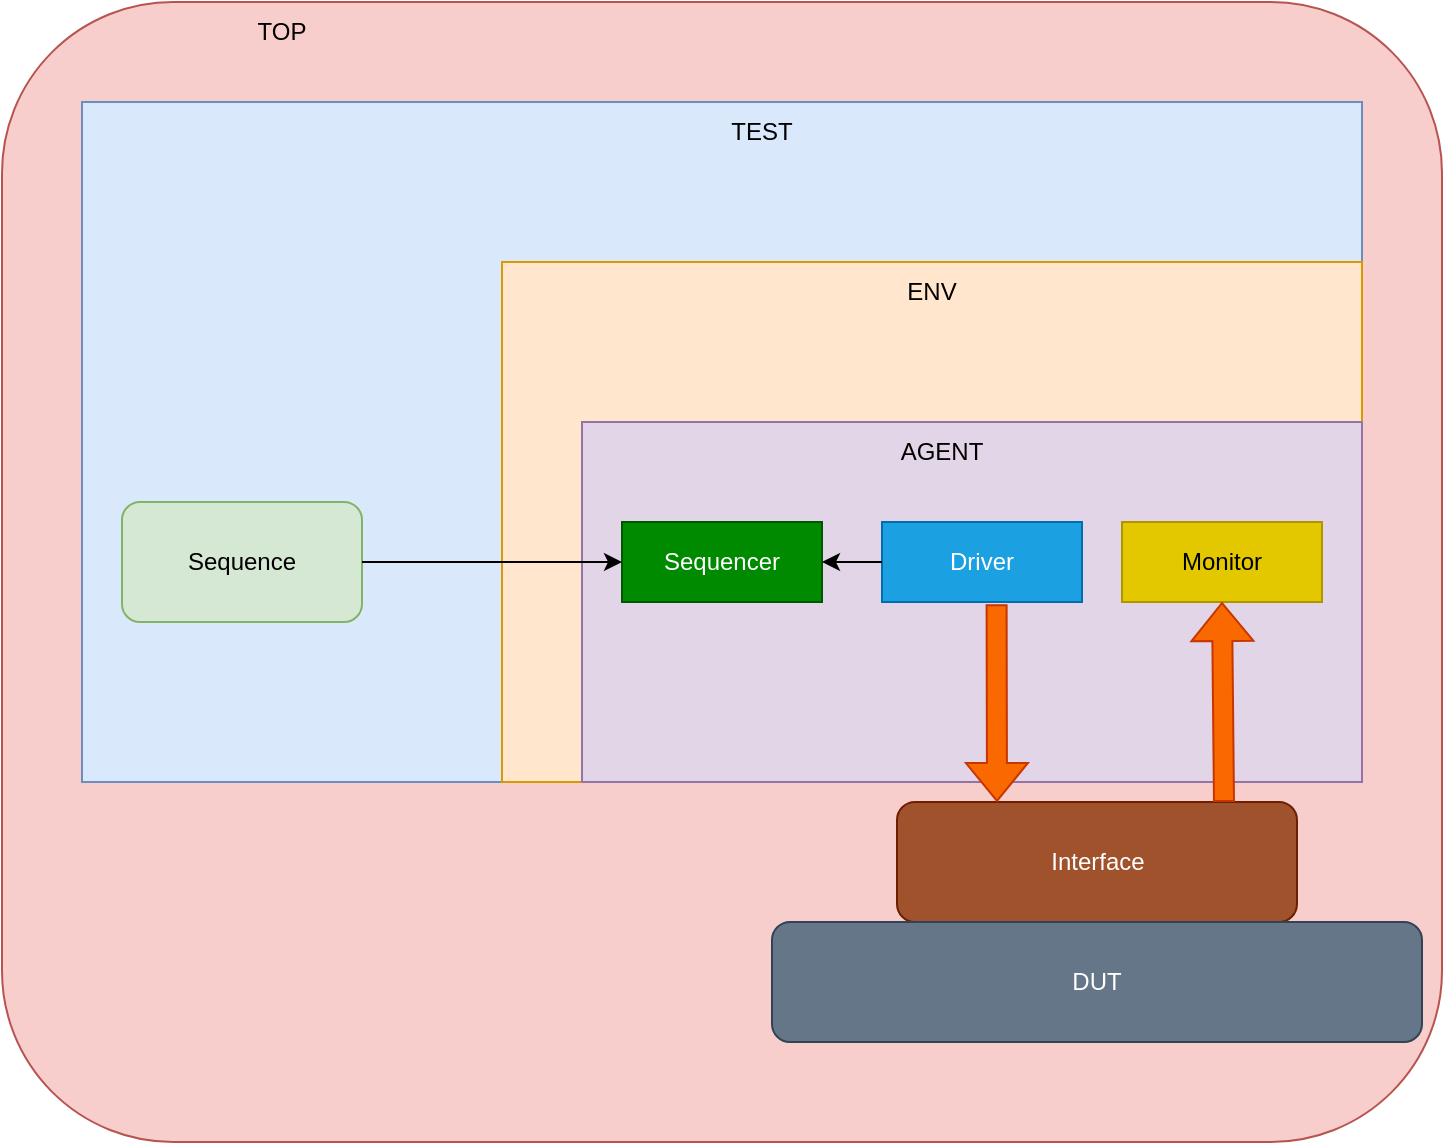
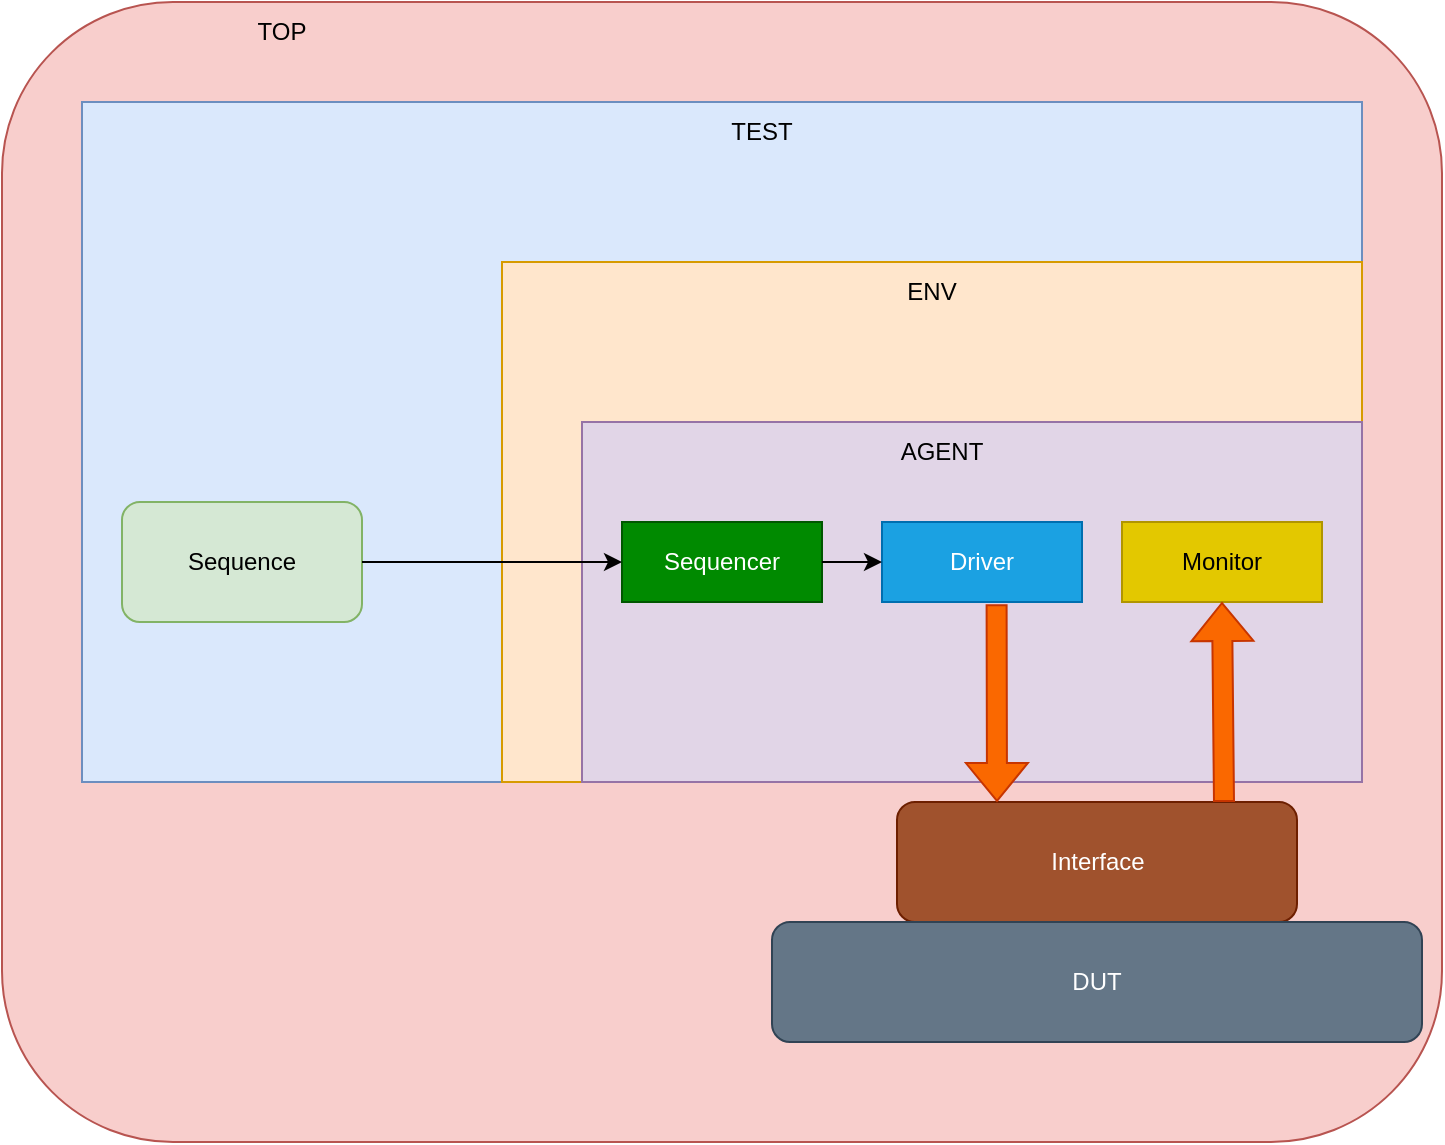
- <mxfile host="Electron" agent="Mozilla/5.0 (Windows NT 10.0; Win64; x64) AppleWebKit/537.36 (KHTML, like Gecko) draw.io/29.6.6 Chrome/144.0.7559.236 Electron/40.8.4 Safari/537.36" version="29.6.6">
+ <mxfile host="Electron" agent="Mozilla/5.0 (Windows NT 10.0; Win64; x64) AppleWebKit/537.36 (KHTML, like Gecko) draw.io/29.6.6 Chrome/144.0.7559.236 Electron/40.8.4 Safari/537.36">
  <diagram name="Page-1" id="kkFtnuwnr7oa7dRBOOrc">
-     <mxGraphModel dx="2037" dy="1201" grid="1" gridSize="10" guides="1" tooltips="1" connect="1" arrows="1" fold="1" page="1" pageScale="1" pageWidth="850" pageHeight="1100" math="0" shadow="0">
+     <mxGraphModel dx="1178" dy="701" grid="1" gridSize="10" guides="1" tooltips="1" connect="1" arrows="1" fold="1" page="1" pageScale="1" pageWidth="850" pageHeight="1100" math="0" shadow="0">
      <root>
        <mxCell id="0" />
        <mxCell id="1" parent="0" />
        <mxCell id="bFiX21svQENH6ZNRmwnA-3" parent="1" style="rounded=1;whiteSpace=wrap;html=1;fillColor=#f8cecc;strokeColor=#b85450;" value="" vertex="1">
          <mxGeometry height="570" width="720" x="40" y="290" as="geometry" />
        </mxCell>
        <mxCell id="bFiX21svQENH6ZNRmwnA-4" parent="1" style="rounded=0;whiteSpace=wrap;html=1;fillColor=#dae8fc;strokeColor=#6c8ebf;" value="" vertex="1">
          <mxGeometry height="340" width="640" x="80" y="340" as="geometry" />
        </mxCell>
        <mxCell id="bFiX21svQENH6ZNRmwnA-5" parent="1" style="rounded=0;whiteSpace=wrap;html=1;fillColor=#ffe6cc;strokeColor=#d79b00;" value="" vertex="1">
          <mxGeometry height="260" width="430" x="290" y="420" as="geometry" />
        </mxCell>
        <mxCell id="bFiX21svQENH6ZNRmwnA-6" parent="1" style="rounded=0;whiteSpace=wrap;html=1;fillColor=#e1d5e7;strokeColor=#9673a6;" value="" vertex="1">
          <mxGeometry height="180" width="390" x="330" y="500" as="geometry" />
        </mxCell>
        <mxCell id="bFiX21svQENH6ZNRmwnA-7" parent="1" style="rounded=1;whiteSpace=wrap;html=1;fillColor=#d5e8d4;strokeColor=#82b366;" value="Sequence" vertex="1">
          <mxGeometry height="60" width="120" x="100" y="540" as="geometry" />
        </mxCell>
        <mxCell id="bFiX21svQENH6ZNRmwnA-8" parent="1" style="rounded=0;whiteSpace=wrap;html=1;fillColor=#008a00;fontColor=#ffffff;strokeColor=#005700;" value="Sequencer" vertex="1">
          <mxGeometry height="40" width="100" x="350" y="550" as="geometry" />
        </mxCell>
        <mxCell id="bFiX21svQENH6ZNRmwnA-10" parent="1" style="rounded=0;whiteSpace=wrap;html=1;fillColor=#1ba1e2;fontColor=#ffffff;strokeColor=#006EAF;" value="Driver" vertex="1">
          <mxGeometry height="40" width="100" x="480" y="550" as="geometry" />
        </mxCell>
        <mxCell id="bFiX21svQENH6ZNRmwnA-11" parent="1" style="rounded=0;whiteSpace=wrap;html=1;fillColor=#e3c800;fontColor=#000000;strokeColor=#B09500;" value="Monitor" vertex="1">
          <mxGeometry height="40" width="100" x="600" y="550" as="geometry" />
        </mxCell>
        <mxCell id="bFiX21svQENH6ZNRmwnA-13" parent="1" style="rounded=1;whiteSpace=wrap;html=1;fillColor=#a0522d;fontColor=#ffffff;strokeColor=#6D1F00;" value="Interface" vertex="1">
          <mxGeometry height="60" width="200" x="487.5" y="690" as="geometry" />
        </mxCell>
        <mxCell id="bFiX21svQENH6ZNRmwnA-14" parent="1" style="rounded=1;whiteSpace=wrap;html=1;fillColor=#647687;fontColor=#ffffff;strokeColor=#314354;" value="DUT" vertex="1">
          <mxGeometry height="60" width="325" x="425" y="750" as="geometry" />
        </mxCell>
        <mxCell id="bFiX21svQENH6ZNRmwnA-15" edge="1" parent="1" source="bFiX21svQENH6ZNRmwnA-10" style="shape=flexArrow;endArrow=classic;html=1;rounded=0;entryX=0.25;entryY=0;entryDx=0;entryDy=0;exitX=0.573;exitY=1.028;exitDx=0;exitDy=0;exitPerimeter=0;fillColor=#fa6800;strokeColor=#C73500;" target="bFiX21svQENH6ZNRmwnA-13" value="">
          <mxGeometry height="50" relative="1" width="50" as="geometry">
            <mxPoint x="400" y="720" as="sourcePoint" />
            <mxPoint x="450" y="670" as="targetPoint" />
          </mxGeometry>
        </mxCell>
        <mxCell id="bFiX21svQENH6ZNRmwnA-16" edge="1" parent="1" style="shape=flexArrow;endArrow=classic;html=1;rounded=0;exitX=0.5;exitY=1;exitDx=0;exitDy=0;entryX=0.5;entryY=1;entryDx=0;entryDy=0;fillColor=#fa6800;strokeColor=#C73500;" target="bFiX21svQENH6ZNRmwnA-11" value="">
          <mxGeometry height="50" relative="1" width="50" as="geometry">
            <mxPoint x="651" y="690" as="sourcePoint" />
            <mxPoint x="650" y="650" as="targetPoint" />
          </mxGeometry>
        </mxCell>
-         <mxCell id="bFiX21svQENH6ZNRmwnA-17" edge="1" parent="1" source="bFiX21svQENH6ZNRmwnA-10" style="endArrow=classic;html=1;rounded=0;entryX=1;entryY=0.5;entryDx=0;entryDy=0;exitX=0;exitY=0.5;exitDx=0;exitDy=0;" target="bFiX21svQENH6ZNRmwnA-8" value="">
+         <mxCell id="bFiX21svQENH6ZNRmwnA-17" edge="1" parent="1" source="bFiX21svQENH6ZNRmwnA-8" style="endArrow=classic;html=1;rounded=0;entryX=0;entryY=0.5;entryDx=0;entryDy=0;exitX=1;exitY=0.5;exitDx=0;exitDy=0;" target="bFiX21svQENH6ZNRmwnA-10" value="">
          <mxGeometry height="50" relative="1" width="50" as="geometry">
-             <mxPoint x="400" y="650" as="sourcePoint" />
-             <mxPoint x="450" y="600" as="targetPoint" />
+             <mxPoint x="450" y="600" as="sourcePoint" />
+             <mxPoint x="400" y="650" as="targetPoint" />
          </mxGeometry>
        </mxCell>
        <mxCell id="bFiX21svQENH6ZNRmwnA-18" edge="1" parent="1" source="bFiX21svQENH6ZNRmwnA-7" style="endArrow=classic;html=1;rounded=0;exitX=1;exitY=0.5;exitDx=0;exitDy=0;entryX=0;entryY=0.5;entryDx=0;entryDy=0;" target="bFiX21svQENH6ZNRmwnA-8" value="">
          <mxGeometry height="50" relative="1" width="50" as="geometry">
            <mxPoint x="400" y="650" as="sourcePoint" />
            <mxPoint x="450" y="600" as="targetPoint" />
          </mxGeometry>
        </mxCell>
        <mxCell id="bFiX21svQENH6ZNRmwnA-19" parent="1" style="text;html=1;whiteSpace=wrap;strokeColor=none;fillColor=none;align=center;verticalAlign=middle;rounded=0;" value="AGENT" vertex="1">
          <mxGeometry height="30" width="60" x="480" y="500" as="geometry" />
        </mxCell>
        <mxCell id="bFiX21svQENH6ZNRmwnA-20" parent="1" style="text;html=1;whiteSpace=wrap;strokeColor=none;fillColor=none;align=center;verticalAlign=middle;rounded=0;" value="ENV" vertex="1">
          <mxGeometry height="30" width="60" x="475" y="420" as="geometry" />
        </mxCell>
        <mxCell id="bFiX21svQENH6ZNRmwnA-21" parent="1" style="text;html=1;whiteSpace=wrap;strokeColor=none;fillColor=none;align=center;verticalAlign=middle;rounded=0;" value="TEST" vertex="1">
          <mxGeometry height="30" width="60" x="390" y="340" as="geometry" />
        </mxCell>
        <mxCell id="bFiX21svQENH6ZNRmwnA-22" parent="1" style="text;html=1;whiteSpace=wrap;strokeColor=none;fillColor=none;align=center;verticalAlign=middle;rounded=0;" value="TOP" vertex="1">
          <mxGeometry height="30" width="60" x="150" y="290" as="geometry" />
        </mxCell>
      </root>
    </mxGraphModel>
  </diagram>
</mxfile>
